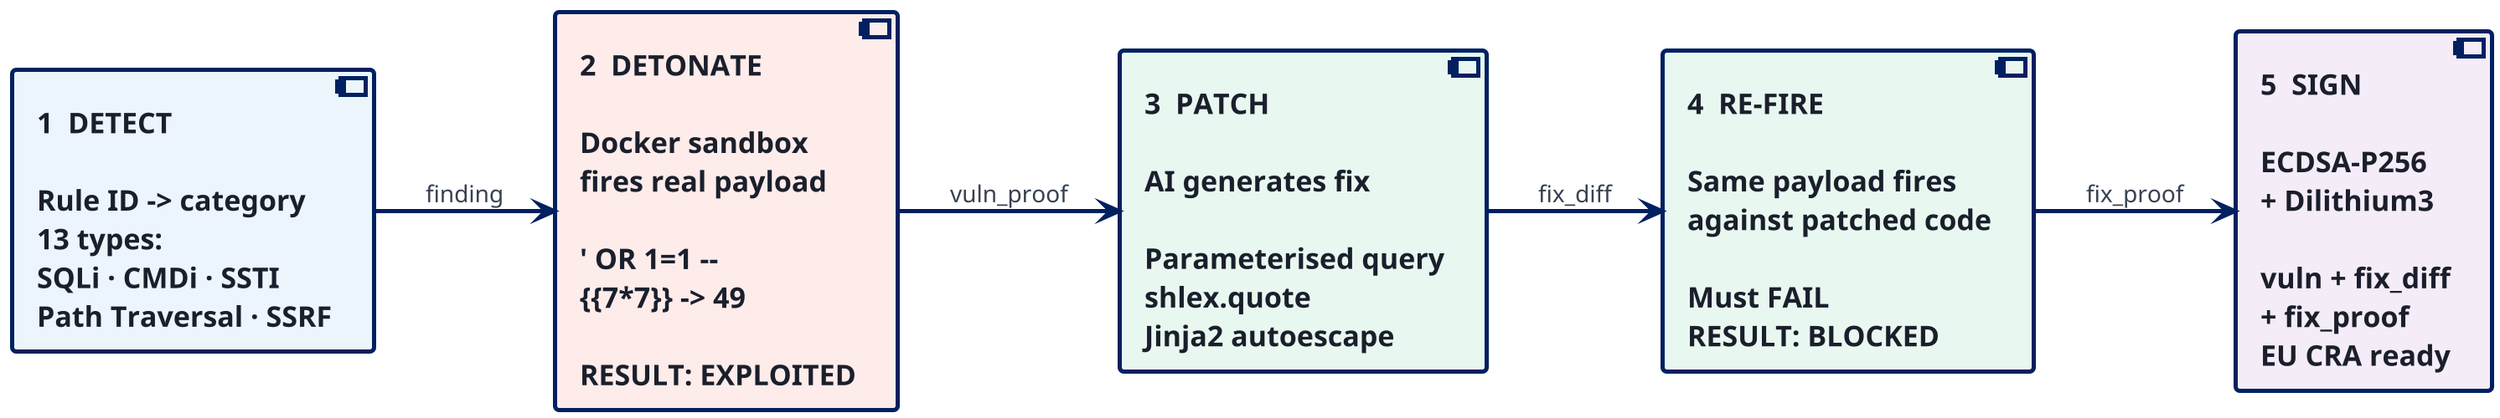
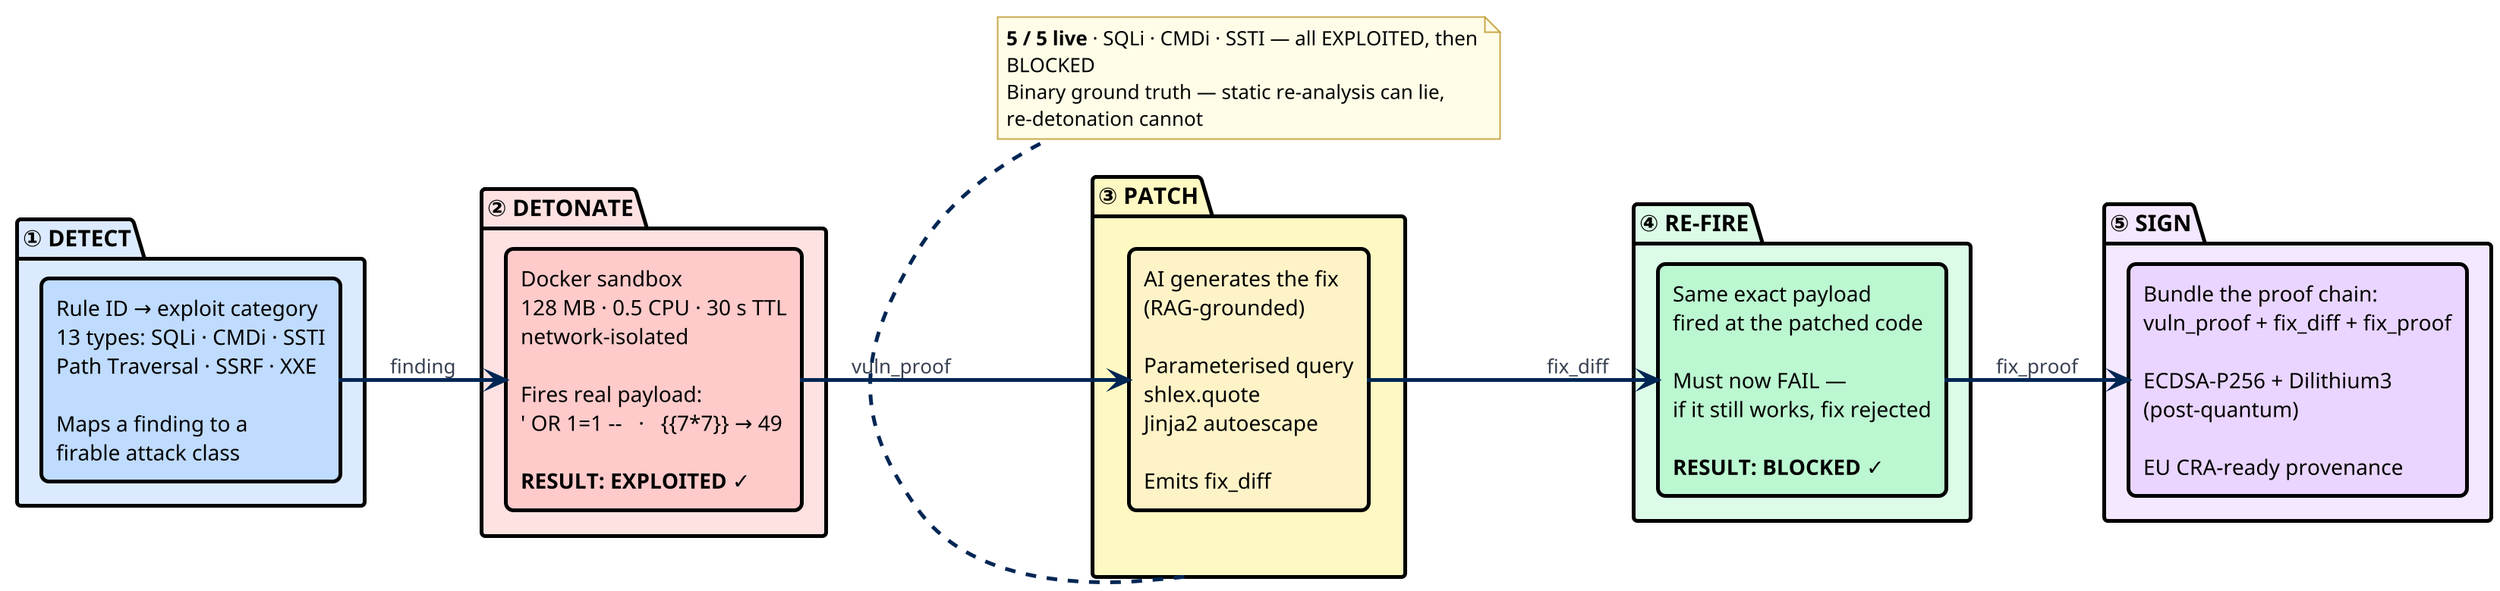
@startuml exploit_flow_slide
+ scale 2.0
+ '──────────────────────────────────────────────────────────────
+ '  ACR-QA  —  Exploit Verification  (5-phase detonate / re-detonate)
+ '  Same visual language as arch_overview_wide.puml
+ '──────────────────────────────────────────────────────────────
+ !theme plain
left to right direction
- scale 2.0
- skinparam backgroundColor #FFFFFF
- skinparam defaultFontName Arial
- skinparam defaultFontSize 18
- skinparam shadowing false
- skinparam ArrowColor #002060
- skinparam ArrowThickness 2.5
- skinparam ArrowFontSize 14
- skinparam ArrowFontColor #374151

- skinparam component {
-   BackgroundColor #F2F4F9
-   BorderColor #002060
-   BorderThickness 2.5
-   FontColor #1A1F2B
-   FontSize 17
-   FontStyle bold
+ skinparam backgroundColor    #FFFFFF
+ skinparam defaultFontName    "Arial"
+ skinparam defaultFontSize    15
+ skinparam shadowing          false
+ skinparam wrapWidth          330
+ 
+ skinparam rectangle {
+   BorderThickness  2.5
+   RoundCorner      10
+   FontSize         14
+ }
+ skinparam package {
+   BorderThickness  2.5
+   FontStyle        bold
+   FontSize         15
+ }
+ skinparam arrow {
+   Thickness  2.5
+   Color      #002654
+   FontColor  #374151
+   FontSize   13
+ }
+ skinparam note {
+   BackgroundColor #FFFDE7
+   BorderColor     #C9A84C
+   FontSize        13
}

- component "1  DETECT\n \nRule ID -> category\n13 types:\nSQLi · CMDi · SSTI\nPath Traversal · SSRF" as DETECT #EBF5FB
+ package "① DETECT" as P1 #DBEAFE {
+   rectangle "Rule ID → exploit category\n13 types: SQLi · CMDi · SSTI\nPath Traversal · SSRF · XXE\n \nMaps a finding to a\nfirable attack class" as DET #BFDBFE
+ }

- component "2  DETONATE\n \nDocker sandbox\nfires real payload\n \n' OR 1=1 --\n{{7*7}} -> 49\n \nRESULT: EXPLOITED" as DETONATE #FDECEA
+ package "② DETONATE" as P2 #FEE2E2 {
+   rectangle "Docker sandbox\n128 MB · 0.5 CPU · 30 s TTL\nnetwork-isolated\n \nFires real payload:\n' OR 1=1 --   ·   {{7*7}} → 49\n \n<b>RESULT: EXPLOITED ✓</b>" as DET2 #FECACA
+ }

- component "3  PATCH\n \nAI generates fix\n \nParameterised query\nshlex.quote\nJinja2 autoescape" as PATCH #E8F8F0
+ package "③ PATCH" as P3 #FEF9C3 {
+   rectangle "AI generates the fix\n(RAG-grounded)\n \nParameterised query\nshlex.quote\nJinja2 autoescape\n \nEmits fix_diff" as PAT #FEF3C7
+ }

- component "4  RE-FIRE\n \nSame payload fires\nagainst patched code\n \nMust FAIL\nRESULT: BLOCKED" as REFIRE #E8F8F0
+ package "④ RE-FIRE" as P4 #DCFCE7 {
+   rectangle "Same exact payload\nfired at the patched code\n \nMust now FAIL —\nif it still works, fix rejected\n \n<b>RESULT: BLOCKED ✓</b>" as REF #BBF7D0
+ }

- component "5  SIGN\n \nECDSA-P256\n+ Dilithium3\n \nvuln + fix_diff\n+ fix_proof\nEU CRA ready" as SIGN #F4ECF7
+ package "⑤ SIGN" as P5 #F3E8FF {
+   rectangle "Bundle the proof chain:\nvuln_proof + fix_diff + fix_proof\n \nECDSA-P256 + Dilithium3\n(post-quantum)\n \nEU CRA-ready provenance" as SGN #E9D5FF
+ }

- DETECT --> DETONATE : finding
- DETONATE --> PATCH : vuln_proof
- PATCH --> REFIRE : fix_diff
- REFIRE --> SIGN : fix_proof
+ DET  --> DET2 : finding
+ DET2 --> PAT  : vuln_proof
+ PAT  --> REF  : fix_diff
+ REF  --> SGN  : fix_proof
+ 
+ note bottom of P3
+   <b>5 / 5 live</b> · SQLi · CMDi · SSTI — all EXPLOITED, then BLOCKED
+   Binary ground truth — static re-analysis can lie, re-detonation cannot
+ end note
+ 
@enduml
